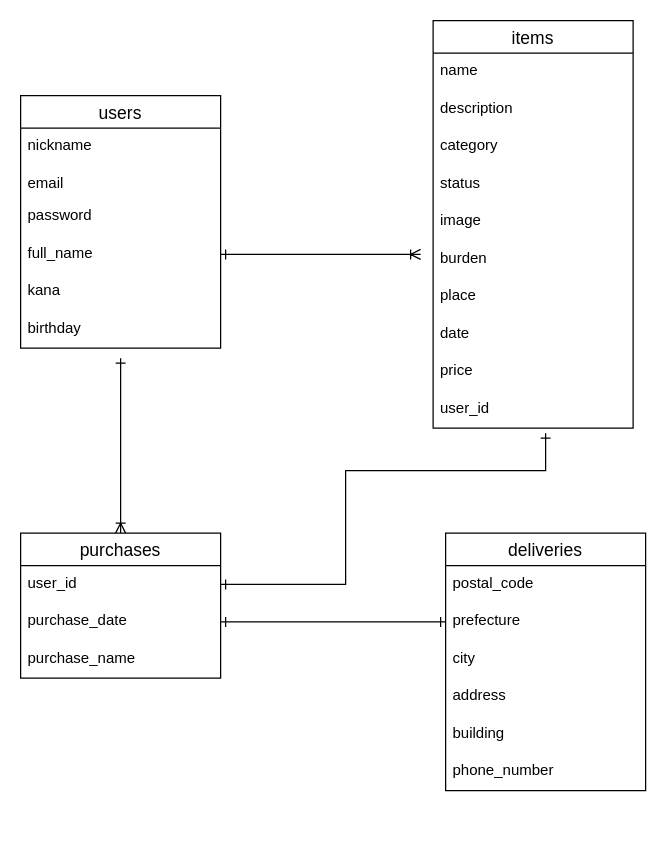
The draw.io diagram entity.dio in ya-3mameo/furima-30433, before the edit. Source tidied: cells renumbered, new cells numbered last; positions are measured from the earlier drawing's top-left corner, leaving out a move shared by most shapes. Both pictures are drawn from the tidied source at 125%, with x=0, y=0 at pixel (20, 20).
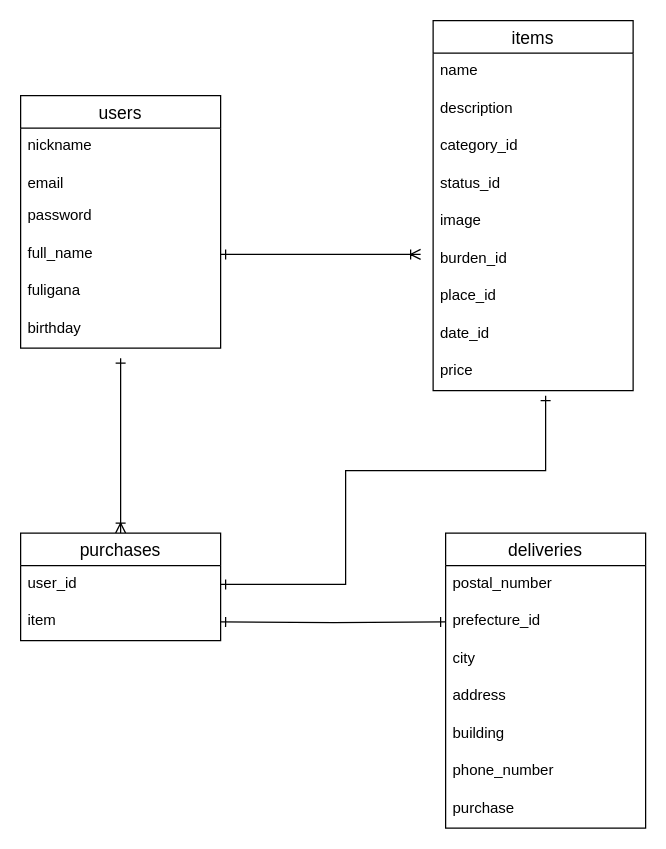
Above is the later version.

Commit message (it also covers changes not shown here):
データベース設計の修正1

Unchanged cells that the change refers to:
```xml
<mxCell id="2" value="users" style="swimlane;fontStyle=0;horizontal=1;startSize=26;align=center;fontSize=14;" parent="1" vertex="1">
  <mxGeometry y="60" width="160" height="202" as="geometry" />
</mxCell>
<mxCell id="11" value="user_id" style="text;strokeColor=none;fillColor=none;spacingLeft=4;spacingRight=4;overflow=hidden;points=[[0,0.5],[1,0.5]];portConstraint=eastwest;fontSize=12;" parent="10" vertex="1">
  <mxGeometry y="26" width="160" height="30" as="geometry" />
</mxCell>
```

The edit, as a diff of the source:
```diff
@@
-    <mxCell id="7" value="kana" style="text;strokeColor=none;fillColor=none;spacingLeft=4;spacingRight=4;overflow=hidden;fontSize=12;" parent="2" vertex="1">
+    <mxCell id="7" value="fuligana" style="text;strokeColor=none;fillColor=none;spacingLeft=4;spacingRight=4;overflow=hidden;fontSize=12;" parent="2" vertex="1">
       <mxGeometry y="142" width="160" height="30" as="geometry" />
     </mxCell>
@@
     <mxCell id="10" value="purchases" style="swimlane;fontStyle=0;horizontal=1;startSize=26;align=center;fontSize=14;" parent="1" vertex="1">
-      <mxGeometry y="410" width="160" height="116" as="geometry" />
+      <mxGeometry y="410" width="160" height="86" as="geometry" />
     </mxCell>
@@
-    <mxCell id="12" value="purchase_date" style="text;strokeColor=none;fillColor=none;spacingLeft=4;spacingRight=4;overflow=hidden;points=[[0,0.5],[1,0.5]];portConstraint=eastwest;fontSize=12;" parent="10" vertex="1">
-      <mxGeometry y="56" width="160" height="30" as="geometry" />
-    </mxCell>
-    <mxCell id="13" value="purchase_name" style="text;strokeColor=none;fillColor=none;spacingLeft=4;spacingRight=4;overflow=hidden;fontSize=12;" parent="10" vertex="1">
-      <mxGeometry y="86" width="160" height="30" as="geometry" />
+    <mxCell id="13" value="item" style="text;strokeColor=none;fillColor=none;spacingLeft=4;spacingRight=4;overflow=hidden;fontSize=12;" parent="10" vertex="1">
+      <mxGeometry y="56" width="160" height="30" as="geometry" />
     </mxCell>
     <mxCell id="14" value="items" style="swimlane;fontStyle=0;horizontal=1;startSize=26;align=center;fontSize=14;" parent="1" vertex="1">
-      <mxGeometry x="330" width="160" height="326" as="geometry" />
+      <mxGeometry x="330" width="160" height="296" as="geometry" />
     </mxCell>
@@
-    <mxCell id="17" value="category" style="text;strokeColor=none;fillColor=none;spacingLeft=4;spacingRight=4;overflow=hidden;fontSize=12;" parent="14" vertex="1">
+    <mxCell id="17" value="category_id" style="text;strokeColor=none;fillColor=none;spacingLeft=4;spacingRight=4;overflow=hidden;fontSize=12;" parent="14" vertex="1">
       <mxGeometry y="86" width="160" height="30" as="geometry" />
     </mxCell>
-    <mxCell id="18" value="status" style="text;strokeColor=none;fillColor=none;spacingLeft=4;spacingRight=4;overflow=hidden;fontSize=12;" parent="14" vertex="1">
+    <mxCell id="18" value="status_id" style="text;strokeColor=none;fillColor=none;spacingLeft=4;spacingRight=4;overflow=hidden;fontSize=12;" parent="14" vertex="1">
       <mxGeometry y="116" width="160" height="30" as="geometry" />
     </mxCell>
@@
-    <mxCell id="20" value="burden" style="text;strokeColor=none;fillColor=none;spacingLeft=4;spacingRight=4;overflow=hidden;fontSize=12;" parent="14" vertex="1">
+    <mxCell id="20" value="burden_id" style="text;strokeColor=none;fillColor=none;spacingLeft=4;spacingRight=4;overflow=hidden;fontSize=12;" parent="14" vertex="1">
       <mxGeometry y="176" width="160" height="30" as="geometry" />
     </mxCell>
-    <mxCell id="21" value="place" style="text;strokeColor=none;fillColor=none;spacingLeft=4;spacingRight=4;overflow=hidden;fontSize=12;" parent="14" vertex="1">
+    <mxCell id="21" value="place_id" style="text;strokeColor=none;fillColor=none;spacingLeft=4;spacingRight=4;overflow=hidden;fontSize=12;" parent="14" vertex="1">
       <mxGeometry y="206" width="160" height="30" as="geometry" />
     </mxCell>
-    <mxCell id="22" value="date" style="text;strokeColor=none;fillColor=none;spacingLeft=4;spacingRight=4;overflow=hidden;fontSize=12;" parent="14" vertex="1">
+    <mxCell id="22" value="date_id" style="text;strokeColor=none;fillColor=none;spacingLeft=4;spacingRight=4;overflow=hidden;fontSize=12;" parent="14" vertex="1">
       <mxGeometry y="236" width="160" height="30" as="geometry" />
     </mxCell>
@@
-    <mxCell id="24" value="user_id" style="text;strokeColor=none;fillColor=none;spacingLeft=4;spacingRight=4;overflow=hidden;fontSize=12;" parent="14" vertex="1">
-      <mxGeometry y="296" width="160" height="30" as="geometry" />
-    </mxCell>
     <mxCell id="25" value="deliveries" style="swimlane;fontStyle=0;horizontal=1;startSize=26;align=center;fontSize=14;" parent="1" vertex="1">
-      <mxGeometry x="340" y="410" width="160" height="206" as="geometry" />
+      <mxGeometry x="340" y="410" width="160" height="236" as="geometry" />
     </mxCell>
-    <mxCell id="26" value="postal_code" style="text;strokeColor=none;fillColor=none;spacingLeft=4;spacingRight=4;overflow=hidden;fontSize=12;" parent="25" vertex="1">
+    <mxCell id="26" value="postal_number" style="text;strokeColor=none;fillColor=none;spacingLeft=4;spacingRight=4;overflow=hidden;fontSize=12;" parent="25" vertex="1">
       <mxGeometry y="26" width="160" height="30" as="geometry" />
     </mxCell>
-    <mxCell id="27" value="prefecture" style="text;strokeColor=none;fillColor=none;spacingLeft=4;spacingRight=4;overflow=hidden;points=[[0,0.5],[1,0.5]];portConstraint=eastwest;fontSize=12;" parent="25" vertex="1">
+    <mxCell id="27" value="prefecture_id" style="text;strokeColor=none;fillColor=none;spacingLeft=4;spacingRight=4;overflow=hidden;points=[[0,0.5],[1,0.5]];portConstraint=eastwest;fontSize=12;" parent="25" vertex="1">
       <mxGeometry y="56" width="160" height="30" as="geometry" />
     </mxCell>
@@
+    <mxCell id="35" value="purchase" style="text;strokeColor=none;fillColor=none;spacingLeft=4;spacingRight=4;overflow=hidden;fontSize=12;" parent="25" vertex="1">
+      <mxGeometry y="206" width="160" height="30" as="geometry" />
+    </mxCell>
-    <mxCell id="32" style="edgeStyle=orthogonalEdgeStyle;rounded=0;jettySize=auto;html=1;exitX=1;exitY=0.5;exitDx=0;exitDy=0;entryX=0;entryY=0.5;entryDx=0;entryDy=0;startArrow=ERone;startFill=0;endArrow=ERone;endFill=0;" parent="1" edge="1" source="12" target="27">
-      <mxGeometry relative="1" as="geometry" />
+    <mxCell id="32" style="edgeStyle=orthogonalEdgeStyle;rounded=0;jettySize=auto;html=1;exitX=1;exitY=0.5;exitDx=0;exitDy=0;entryX=0;entryY=0.5;entryDx=0;entryDy=0;startArrow=ERone;startFill=0;endArrow=ERone;endFill=0;" parent="1" edge="1" target="27">
+      <mxGeometry relative="1" as="geometry">
+        <mxPoint x="160" y="481" as="sourcePoint" />
+      </mxGeometry>
     </mxCell>
     <mxCell id="33" style="edgeStyle=orthogonalEdgeStyle;rounded=0;jettySize=auto;html=1;exitX=1;exitY=0.5;exitDx=0;exitDy=0;startArrow=ERone;startFill=0;endArrow=ERone;endFill=0;" parent="1" edge="1" source="11">
       <mxGeometry relative="1" as="geometry">
-        <mxPoint x="420" y="330" as="targetPoint" />
+        <mxPoint x="420" y="300" as="targetPoint" />
         <Array as="points">
           <mxPoint x="260" y="451" />
           <mxPoint x="260" y="360" />
         </Array>
       </mxGeometry>
     </mxCell>
```
